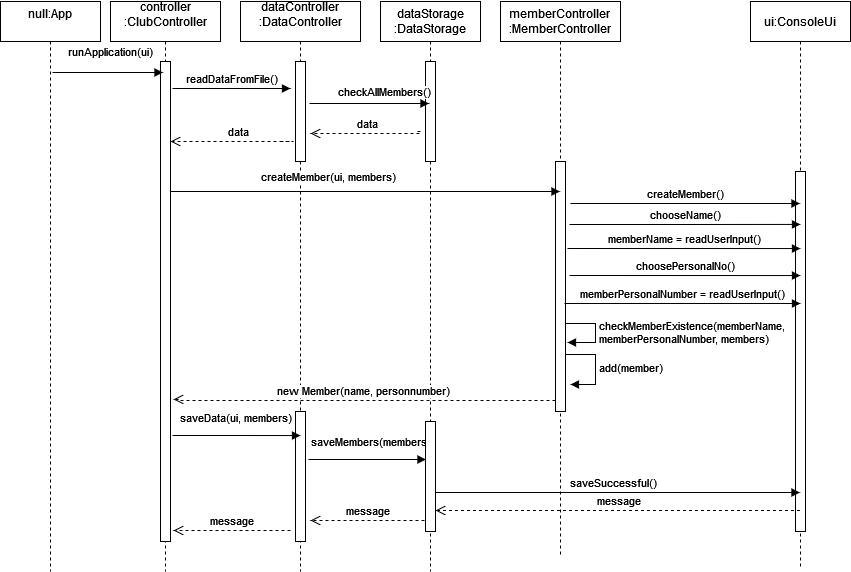
Before: img/sequence-diagram.png, a diagram exported from draw.io (Thanhtran34/MVC-boatclub). Source tidied: cells renumbered, new cells last; positions are measured from the earlier drawing's top-left corner, leaving out a move shared by most shapes.
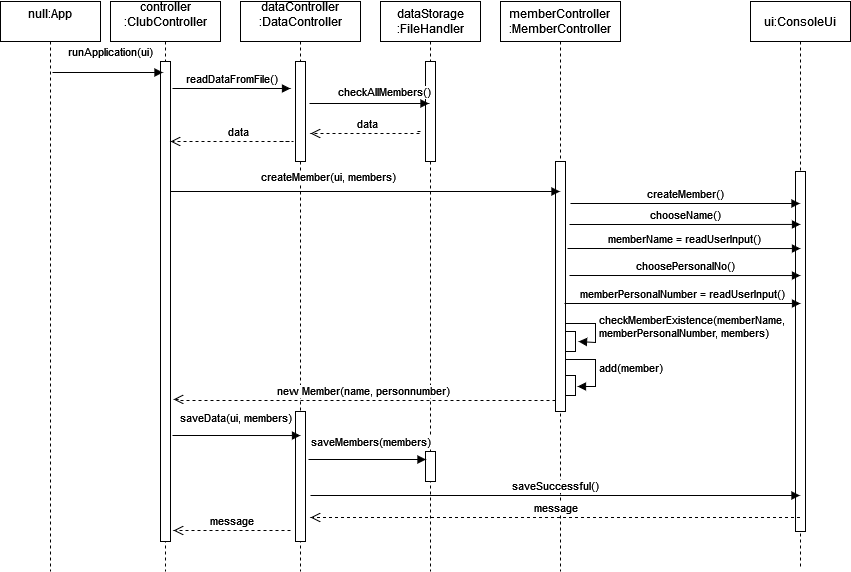
After the commit.

Commit message:
change in sequence diagram

What changed in the source:
```diff
@@ -20,34 +20,37 @@
     <mxCell id="7" style="html=1;points=[];perimeter=orthogonalPerimeter;" parent="5" vertex="1">
       <mxGeometry x="55" y="410" width="10" height="130" as="geometry" />
     </mxCell>
-    <mxCell id="8" value="&lt;div&gt;dataStorage&lt;/div&gt;&lt;div&gt;:DataStorage&lt;/div&gt;" style="shape=umlLifeline;perimeter=lifelinePerimeter;whiteSpace=wrap;html=1;" parent="1" vertex="1">
+    <mxCell id="8" value="&lt;div&gt;dataStorage&lt;/div&gt;&lt;div&gt;:FileHandler&lt;/div&gt;" style="shape=umlLifeline;perimeter=lifelinePerimeter;whiteSpace=wrap;html=1;" parent="1" vertex="1">
       <mxGeometry x="380" width="100" height="570" as="geometry" />
     </mxCell>
     <mxCell id="9" style="html=1;perimeter=orthogonalPerimeter;" parent="8" vertex="1">
       <mxGeometry x="45" y="60" width="10" height="100" as="geometry" />
     </mxCell>
+    <mxCell id="32" style="html=1;points=[];perimeter=orthogonalPerimeter;" parent="8" vertex="1">
+      <mxGeometry x="45" y="450" width="10" height="30" as="geometry" />
+    </mxCell>
     <mxCell id="10" value="&lt;div&gt;memberController&lt;/div&gt;&lt;div&gt;:MemberController&lt;br&gt;&lt;/div&gt;" style="shape=umlLifeline;perimeter=lifelinePerimeter;whiteSpace=wrap;html=1;outlineConnect=0;" parent="1" vertex="1">
-      <mxGeometry x="500" width="120" height="555" as="geometry" />
+      <mxGeometry x="500" width="120" height="570" as="geometry" />
     </mxCell>
     <mxCell id="11" style="html=1;perimeter=orthogonalPerimeter;" parent="10" vertex="1">
       <mxGeometry x="55" y="160" width="10" height="250" as="geometry" />
     </mxCell>
-    <mxCell id="12" value="&lt;div&gt;checkMemberExistence(memberName,&lt;/div&gt;&lt;div&gt;memberPersonalNumber, members)&lt;/div&gt;" style="edgeStyle=orthogonalEdgeStyle;html=1;align=left;spacingLeft=2;endArrow=block;rounded=0;" parent="10" edge="1">
+    <mxCell id="12" value="&lt;div&gt;checkMemberExistence(memberName,&lt;/div&gt;&lt;div&gt;memberPersonalNumber, members)&lt;/div&gt;" style="edgeStyle=orthogonalEdgeStyle;html=1;align=left;spacingLeft=2;endArrow=block;rounded=0;entryX=1.3;entryY=0.5;entryDx=0;entryDy=0;entryPerimeter=0;" parent="10" edge="1" target="36">
       <mxGeometry relative="1" as="geometry">
         <mxPoint x="65" y="322" as="sourcePoint" />
-        <mxPoint x="67" y="341" as="targetPoint" />
         <Array as="points">
           <mxPoint x="95" y="322" />
           <mxPoint x="95" y="341" />
         </Array>
       </mxGeometry>
     </mxCell>
-    <mxCell id="13" value="&lt;div&gt;&lt;br&gt;&lt;/div&gt;&lt;div&gt;add(member)&lt;/div&gt;&lt;div&gt;&lt;br&gt;&lt;/div&gt;" style="edgeStyle=orthogonalEdgeStyle;html=1;align=left;spacingLeft=2;endArrow=block;rounded=0;entryX=1;entryY=0;" parent="10" edge="1">
+    <mxCell id="13" value="&lt;div&gt;&lt;br&gt;&lt;/div&gt;&lt;div&gt;add(member)&lt;/div&gt;&lt;div&gt;&lt;br&gt;&lt;/div&gt;" style="edgeStyle=orthogonalEdgeStyle;html=1;align=left;spacingLeft=2;endArrow=block;rounded=0;entryX=1.1;entryY=0.6;entryDx=0;entryDy=0;entryPerimeter=0;" parent="10" edge="1">
       <mxGeometry relative="1" as="geometry">
-        <mxPoint x="65" y="353" as="sourcePoint" />
-        <mxPoint x="70" y="383" as="targetPoint" />
+        <mxPoint x="65" y="358" as="sourcePoint" />
+        <mxPoint x="77" y="385" as="targetPoint" />
         <Array as="points">
-          <mxPoint x="95" y="353" />
+          <mxPoint x="95" y="358" />
+          <mxPoint x="95" y="385" />
         </Array>
       </mxGeometry>
     </mxCell>
@@ -60,6 +63,12 @@
         </Array>
       </mxGeometry>
     </mxCell>
+    <mxCell id="36" style="html=1;points=[];perimeter=orthogonalPerimeter;" parent="10" vertex="1">
+      <mxGeometry x="65" y="330" width="10" height="20" as="geometry" />
+    </mxCell>
+    <mxCell id="37" style="html=1;perimeter=orthogonalPerimeter;" parent="10" vertex="1">
+      <mxGeometry x="65" y="374" width="10" height="20" as="geometry" />
+    </mxCell>
     <mxCell id="15" value="&lt;div&gt;ui:ConsoleUi&lt;/div&gt;" style="shape=umlLifeline;perimeter=lifelinePerimeter;whiteSpace=wrap;html=1;outlineConnect=0;" parent="1" vertex="1">
       <mxGeometry x="750" width="100" height="565" as="geometry" />
     </mxCell>
@@ -144,20 +153,20 @@
     </mxCell>
     <mxCell id="27" value="saveSuccessful()" style="html=1;verticalAlign=bottom;endArrow=block;rounded=0;edgeStyle=orthogonalEdgeStyle;" parent="1" edge="1" target="15">
       <mxGeometry relative="1" as="geometry">
-        <mxPoint x="426" y="491" as="sourcePoint" />
+        <mxPoint x="310" y="494" as="sourcePoint" />
         <Array as="points">
-          <mxPoint x="680" y="491" />
-          <mxPoint x="680" y="491" />
+          <mxPoint x="310" y="494" />
+          <mxPoint x="310" y="494" />
         </Array>
       </mxGeometry>
     </mxCell>
     <mxCell id="28" value="&lt;div&gt;message&lt;/div&gt;" style="html=1;verticalAlign=bottom;endArrow=open;dashed=1;endSize=8;rounded=0;edgeStyle=orthogonalEdgeStyle;" parent="1" edge="1">
       <mxGeometry relative="1" as="geometry">
-        <mxPoint x="799.5" y="509" as="sourcePoint" />
-        <mxPoint x="435" y="509" as="targetPoint" />
+        <mxPoint x="799.5" y="516" as="sourcePoint" />
+        <mxPoint x="310" y="516" as="targetPoint" />
         <Array as="points">
-          <mxPoint x="690" y="509" />
-          <mxPoint x="690" y="509" />
+          <mxPoint x="410" y="516" />
+          <mxPoint x="410" y="516" />
         </Array>
       </mxGeometry>
     </mxCell>
@@ -191,9 +200,6 @@
         </Array>
       </mxGeometry>
     </mxCell>
-    <mxCell id="32" style="html=1;points=[];perimeter=orthogonalPerimeter;" parent="1" vertex="1">
-      <mxGeometry x="425" y="420" width="10" height="110" as="geometry" />
-    </mxCell>
     <mxCell id="33" style="html=1;verticalAlign=bottom;endArrow=none;rounded=0;edgeStyle=orthogonalEdgeStyle;" parent="1" edge="1" target="32">
       <mxGeometry x="-0.01" y="8" relative="1" as="geometry">
         <mxPoint x="308" y="458" as="sourcePoint" />
@@ -203,16 +209,6 @@
         </Array>
       </mxGeometry>
     </mxCell>
-    <mxCell id="34" value="&lt;div&gt;message&lt;/div&gt;" style="html=1;verticalAlign=bottom;endArrow=open;dashed=1;endSize=8;rounded=0;edgeStyle=orthogonalEdgeStyle;" parent="1" edge="1">
-      <mxGeometry relative="1" as="geometry">
-        <mxPoint x="424" y="519" as="sourcePoint" />
-        <mxPoint x="310" y="519" as="targetPoint" />
-        <Array as="points">
-          <mxPoint x="424" y="519" />
-          <mxPoint x="424" y="519" />
-        </Array>
-      </mxGeometry>
-    </mxCell>
     <mxCell id="35" value="&lt;div&gt;message&lt;/div&gt;" style="html=1;verticalAlign=bottom;endArrow=open;dashed=1;endSize=8;rounded=0;edgeStyle=orthogonalEdgeStyle;" parent="1" edge="1">
       <mxGeometry relative="1" as="geometry">
         <mxPoint x="290" y="529" as="sourcePoint" />
```
